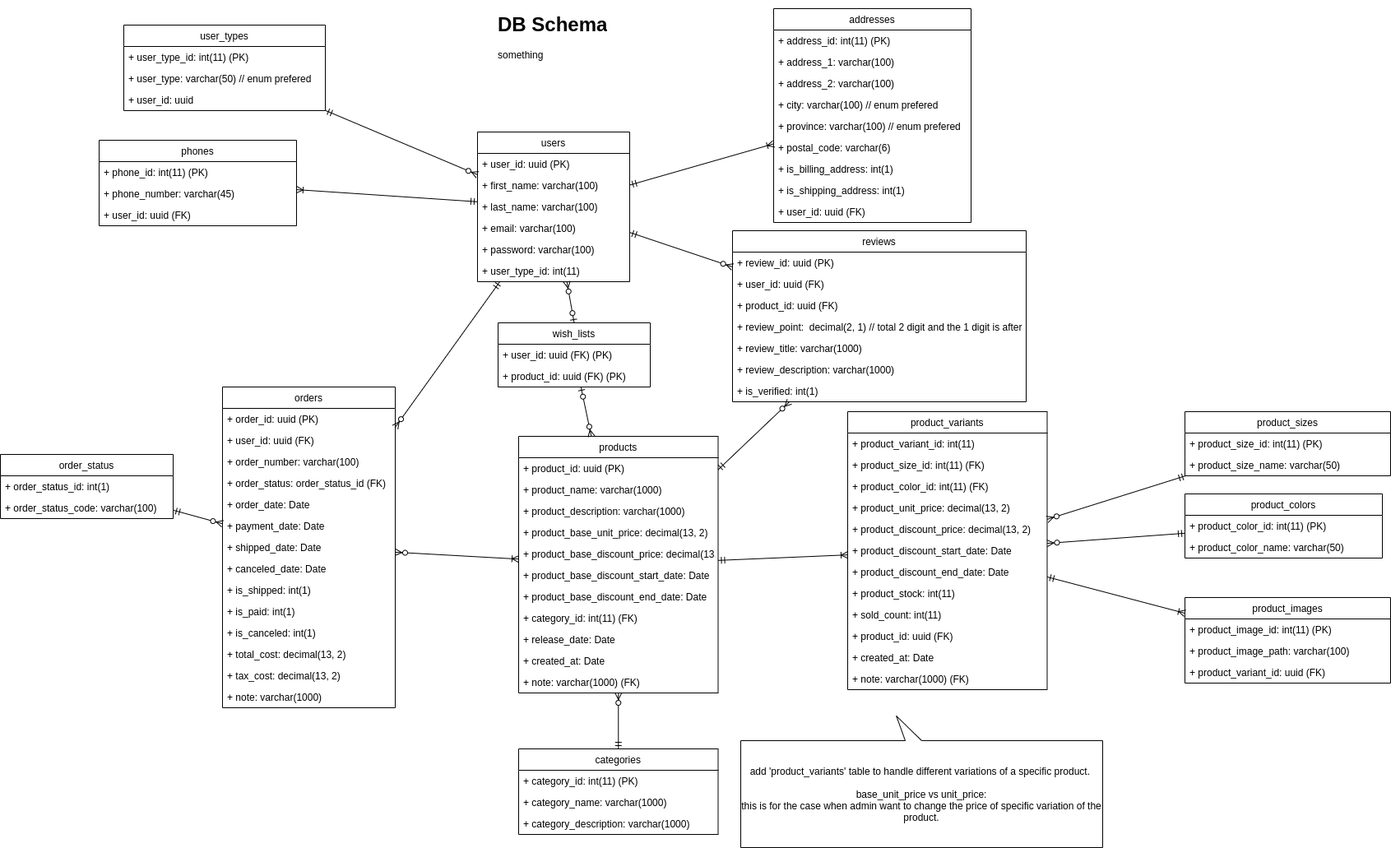
stsiwo/e-commerce-starter-kits keeps this draw.io diagram as db-design.png. Above is the earlier version. Source tidied: cells renumbered, new cells last; positions are measured from the earlier drawing's top-left corner, leaving out a move shared by most shapes.
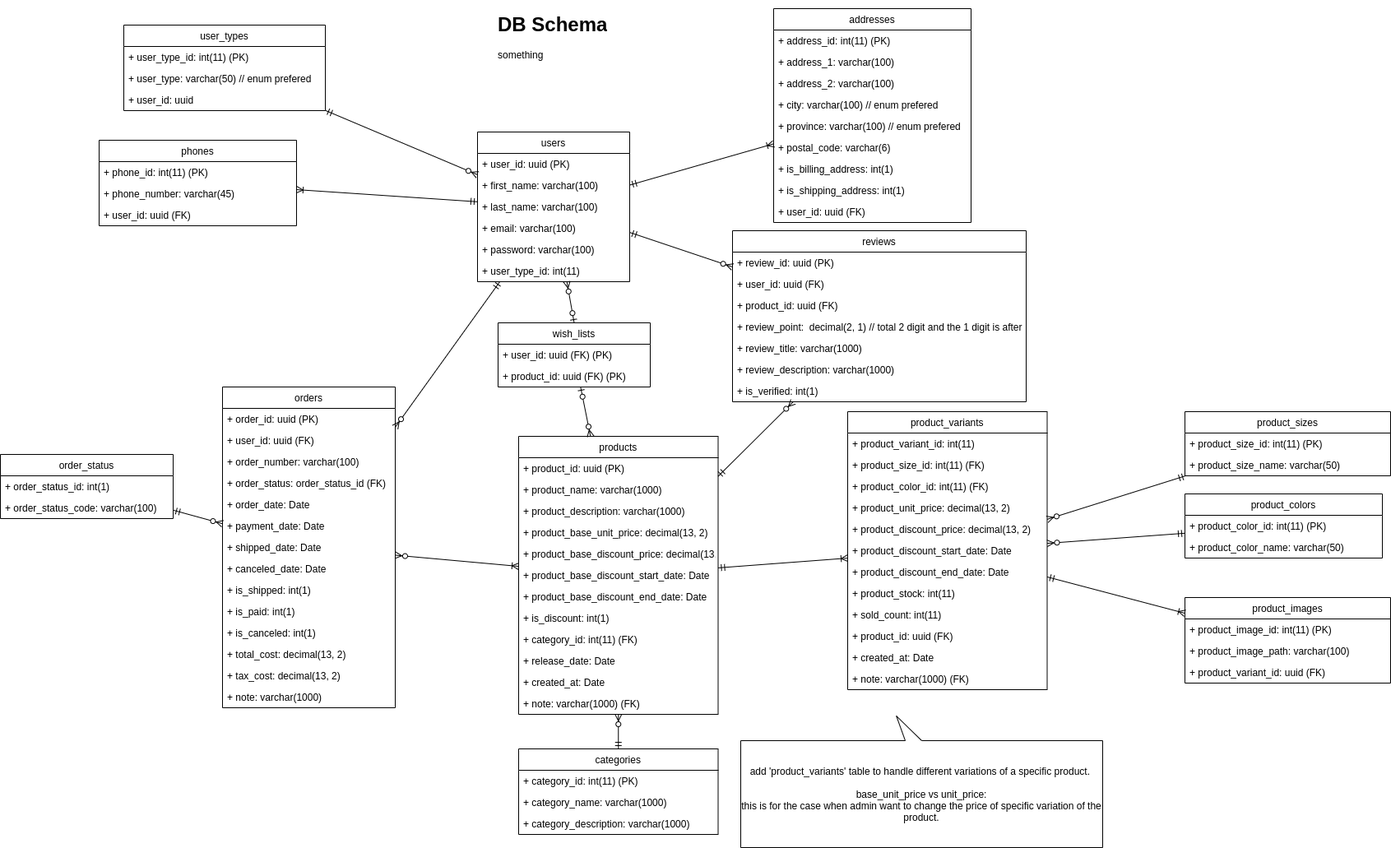
Later version of the same file.

Commit message:
added is_discount column

Change to the diagram source:
```diff
@@ -111,7 +111,7 @@
       <mxGeometry relative="1" as="geometry" />
     </mxCell>
     <mxCell id="38" value="products" style="swimlane;fontStyle=0;horizontal=1;startSize=26;fillColor=none;" parent="1" vertex="1">
-      <mxGeometry x="630" y="520" width="242.5" height="312" as="geometry" />
+      <mxGeometry x="630" y="520" width="242.5" height="338" as="geometry" />
     </mxCell>
     <mxCell id="39" value="+ product_id: uuid (PK)" style="text;strokeColor=none;fillColor=none;align=left;verticalAlign=top;spacingLeft=4;spacingRight=4;overflow=hidden;" parent="38" vertex="1">
       <mxGeometry y="26" width="242.5" height="26" as="geometry" />
@@ -134,17 +134,20 @@
     <mxCell id="45" value="+ product_base_discount_end_date: Date " style="text;strokeColor=none;fillColor=none;align=left;verticalAlign=top;spacingLeft=4;spacingRight=4;overflow=hidden;" parent="38" vertex="1">
       <mxGeometry y="182" width="242.5" height="26" as="geometry" />
     </mxCell>
+    <mxCell id="112" value="+ is_discount: int(1)" style="text;strokeColor=none;fillColor=none;align=left;verticalAlign=top;spacingLeft=4;spacingRight=4;overflow=hidden;" parent="38" vertex="1">
+      <mxGeometry y="208" width="242.5" height="26" as="geometry" />
+    </mxCell>
     <mxCell id="46" value="+ category_id: int(11) (FK)" style="text;strokeColor=none;fillColor=none;align=left;verticalAlign=top;spacingLeft=4;spacingRight=4;overflow=hidden;" parent="38" vertex="1">
-      <mxGeometry y="208" width="242.5" height="26" as="geometry" />
+      <mxGeometry y="234" width="242.5" height="26" as="geometry" />
     </mxCell>
     <mxCell id="47" value="+ release_date: Date" style="text;strokeColor=none;fillColor=none;align=left;verticalAlign=top;spacingLeft=4;spacingRight=4;overflow=hidden;" parent="38" vertex="1">
-      <mxGeometry y="234" width="242.5" height="26" as="geometry" />
+      <mxGeometry y="260" width="242.5" height="26" as="geometry" />
     </mxCell>
     <mxCell id="48" value="+ created_at: Date" style="text;strokeColor=none;fillColor=none;align=left;verticalAlign=top;spacingLeft=4;spacingRight=4;overflow=hidden;" parent="38" vertex="1">
-      <mxGeometry y="260" width="242.5" height="26" as="geometry" />
+      <mxGeometry y="286" width="242.5" height="26" as="geometry" />
     </mxCell>
     <mxCell id="49" value="+ note: varchar(1000) (FK)" style="text;strokeColor=none;fillColor=none;align=left;verticalAlign=top;spacingLeft=4;spacingRight=4;overflow=hidden;" parent="38" vertex="1">
-      <mxGeometry y="286" width="242.5" height="26" as="geometry" />
+      <mxGeometry y="312" width="242.5" height="26" as="geometry" />
     </mxCell>
     <mxCell id="50" style="edgeStyle=none;rounded=0;jettySize=auto;html=1;startArrow=ERzeroToMany;startFill=1;endArrow=ERoneToMany;endFill=0;" parent="1" edge="1" source="51" target="38">
       <mxGeometry relative="1" as="geometry" />
```
